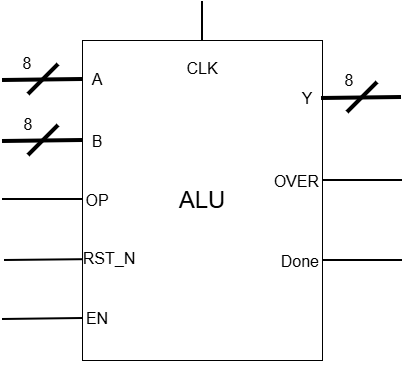
Earlier version of the draw.io export Documentation/Diagrams/alu_black_box_diagram.png (MF-ECE2028/Project-ALU). Source tidied: cells renumbered, new cells last; positions are measured from the earlier drawing's top-left corner, leaving out a move shared by most shapes. The source it was exported from:
```xml
<mxGraphModel>
  <root>
    <mxCell id="0" />
    <mxCell id="1" parent="0" />
    <mxCell id="2" style="rounded=0;whiteSpace=wrap;html=1;" parent="1" vertex="1">
      <mxGeometry x="80" y="39" width="240" height="320" as="geometry" />
    </mxCell>
    <mxCell id="3" style="endArrow=none;html=1;rounded=0;strokeWidth=4;" parent="1" edge="1">
      <mxGeometry relative="1" as="geometry">
        <mxPoint y="79" as="sourcePoint" />
        <mxPoint x="80" y="78" as="targetPoint" />
      </mxGeometry>
    </mxCell>
    <mxCell id="4" style="endArrow=none;html=1;rounded=0;strokeWidth=2;" parent="1" edge="1">
      <mxGeometry relative="1" as="geometry">
        <mxPoint y="198" as="sourcePoint" />
        <mxPoint x="80" y="198" as="targetPoint" />
      </mxGeometry>
    </mxCell>
    <mxCell id="5" style="endArrow=none;html=1;rounded=0;strokeWidth=2;entryX=-0.19;entryY=0.54;entryDx=0;entryDy=0;entryPerimeter=0;" parent="1" edge="1">
      <mxGeometry relative="1" as="geometry">
        <mxPoint x="2" y="259" as="sourcePoint" />
        <mxPoint x="80.3" y="258.2" as="targetPoint" />
      </mxGeometry>
    </mxCell>
    <mxCell id="6" style="endArrow=none;html=1;rounded=0;strokeWidth=2;" parent="1" edge="1">
      <mxGeometry relative="1" as="geometry">
        <mxPoint y="318" as="sourcePoint" />
        <mxPoint x="80" y="317" as="targetPoint" />
      </mxGeometry>
    </mxCell>
    <mxCell id="7" style="edgeStyle=orthogonalEdgeStyle;rounded=0;orthogonalLoop=1;jettySize=auto;html=1;exitX=0.5;exitY=1;exitDx=0;exitDy=0;" parent="1" edge="1" source="2" target="2">
      <mxGeometry relative="1" as="geometry" />
    </mxCell>
    <mxCell id="8" style="endArrow=none;html=1;rounded=0;strokeWidth=4;" parent="1" edge="1">
      <mxGeometry relative="1" as="geometry">
        <mxPoint x="26" y="93" as="sourcePoint" />
        <mxPoint x="56" y="63" as="targetPoint" />
      </mxGeometry>
    </mxCell>
    <mxCell id="9" style="endArrow=none;html=1;rounded=0;strokeWidth=4;" parent="1" edge="1">
      <mxGeometry relative="1" as="geometry">
        <mxPoint y="140" as="sourcePoint" />
        <mxPoint x="80" y="139" as="targetPoint" />
      </mxGeometry>
    </mxCell>
    <mxCell id="10" style="endArrow=none;html=1;rounded=0;strokeWidth=4;" parent="1" edge="1">
      <mxGeometry relative="1" as="geometry">
        <mxPoint x="26" y="154" as="sourcePoint" />
        <mxPoint x="56" y="124" as="targetPoint" />
      </mxGeometry>
    </mxCell>
    <mxCell id="11" value="&lt;font style=&quot;font-size: 16px;&quot;&gt;A&lt;/font&gt;" style="text;html=1;whiteSpace=wrap;strokeColor=none;fillColor=none;align=center;verticalAlign=middle;rounded=0;" parent="1" vertex="1">
      <mxGeometry x="80" y="63" width="30" height="30" as="geometry" />
    </mxCell>
    <mxCell id="12" value="&lt;span style=&quot;font-size: 16px;&quot;&gt;B&lt;/span&gt;" style="text;html=1;whiteSpace=wrap;strokeColor=none;fillColor=none;align=center;verticalAlign=middle;rounded=0;" parent="1" vertex="1">
      <mxGeometry x="80" y="125" width="30" height="30" as="geometry" />
    </mxCell>
    <mxCell id="13" value="&lt;span style=&quot;font-size: 16px;&quot;&gt;OP&lt;/span&gt;" style="text;html=1;whiteSpace=wrap;strokeColor=none;fillColor=none;align=center;verticalAlign=middle;rounded=0;" parent="1" vertex="1">
      <mxGeometry x="80" y="184" width="30" height="30" as="geometry" />
    </mxCell>
    <mxCell id="14" value="&lt;span style=&quot;font-size: 16px;&quot;&gt;RST_N&lt;/span&gt;" style="text;html=1;whiteSpace=wrap;strokeColor=none;fillColor=none;align=center;verticalAlign=middle;rounded=0;" parent="1" vertex="1">
      <mxGeometry x="79" y="242" width="56" height="30" as="geometry" />
    </mxCell>
    <mxCell id="15" value="&lt;span style=&quot;font-size: 16px;&quot;&gt;EN&lt;/span&gt;" style="text;html=1;whiteSpace=wrap;strokeColor=none;fillColor=none;align=center;verticalAlign=middle;rounded=0;" parent="1" vertex="1">
      <mxGeometry x="80" y="302" width="30" height="30" as="geometry" />
    </mxCell>
    <mxCell id="16" value="&lt;font style=&quot;font-size: 24px;&quot;&gt;ALU&lt;/font&gt;" style="text;html=1;whiteSpace=wrap;strokeColor=none;fillColor=none;align=center;verticalAlign=middle;rounded=0;" parent="1" vertex="1">
      <mxGeometry x="170" y="184" width="60" height="30" as="geometry" />
    </mxCell>
    <mxCell id="17" value="&lt;span style=&quot;font-size: 16px;&quot;&gt;CLK&lt;/span&gt;" style="text;html=1;whiteSpace=wrap;strokeColor=none;fillColor=none;align=center;verticalAlign=middle;rounded=0;" parent="1" vertex="1">
      <mxGeometry x="185" y="52" width="30" height="30" as="geometry" />
    </mxCell>
    <mxCell id="18" style="endArrow=none;html=1;rounded=0;strokeWidth=2;" parent="1" edge="1">
      <mxGeometry relative="1" as="geometry">
        <mxPoint x="200" as="sourcePoint" />
        <mxPoint x="200" y="39" as="targetPoint" />
      </mxGeometry>
    </mxCell>
    <mxCell id="19" style="endArrow=none;html=1;rounded=0;strokeWidth=2;" parent="1" edge="1">
      <mxGeometry relative="1" as="geometry">
        <mxPoint x="320" y="179" as="sourcePoint" />
        <mxPoint x="400" y="179" as="targetPoint" />
      </mxGeometry>
    </mxCell>
    <mxCell id="20" style="endArrow=none;html=1;rounded=0;strokeWidth=2;" parent="1" edge="1">
      <mxGeometry relative="1" as="geometry">
        <mxPoint x="320" y="259" as="sourcePoint" />
        <mxPoint x="400" y="259" as="targetPoint" />
      </mxGeometry>
    </mxCell>
    <mxCell id="21" style="endArrow=none;html=1;rounded=0;strokeWidth=4;" parent="1" edge="1">
      <mxGeometry relative="1" as="geometry">
        <mxPoint x="319" y="97" as="sourcePoint" />
        <mxPoint x="399" y="96" as="targetPoint" />
      </mxGeometry>
    </mxCell>
    <mxCell id="22" style="endArrow=none;html=1;rounded=0;strokeWidth=4;" parent="1" edge="1">
      <mxGeometry relative="1" as="geometry">
        <mxPoint x="345" y="111" as="sourcePoint" />
        <mxPoint x="375" y="81" as="targetPoint" />
      </mxGeometry>
    </mxCell>
    <mxCell id="23" value="&lt;font style=&quot;font-size: 16px;&quot;&gt;Y&lt;/font&gt;" style="text;html=1;whiteSpace=wrap;strokeColor=none;fillColor=none;align=center;verticalAlign=middle;rounded=0;" parent="1" vertex="1">
      <mxGeometry x="290" y="82" width="30" height="30" as="geometry" />
    </mxCell>
    <mxCell id="24" value="&lt;span style=&quot;font-size: 16px;&quot;&gt;OVER&lt;/span&gt;" style="text;html=1;whiteSpace=wrap;strokeColor=none;fillColor=none;align=right;verticalAlign=middle;rounded=0;" parent="1" vertex="1">
      <mxGeometry x="279" y="165" width="40" height="30" as="geometry" />
    </mxCell>
    <mxCell id="25" value="&lt;span style=&quot;font-size: 16px;&quot;&gt;Done&lt;/span&gt;" style="text;html=1;whiteSpace=wrap;strokeColor=none;fillColor=none;align=right;verticalAlign=middle;rounded=0;" parent="1" vertex="1">
      <mxGeometry x="289" y="245" width="30" height="30" as="geometry" />
    </mxCell>
    <mxCell id="26" value="&lt;font style=&quot;font-size: 16px;&quot;&gt;8&lt;/font&gt;" style="text;html=1;whiteSpace=wrap;strokeColor=none;fillColor=none;align=center;verticalAlign=middle;rounded=0;" parent="1" vertex="1">
      <mxGeometry x="10" y="47" width="30" height="30" as="geometry" />
    </mxCell>
    <mxCell id="27" value="&lt;font style=&quot;font-size: 16px;&quot;&gt;8&lt;/font&gt;" style="text;html=1;whiteSpace=wrap;strokeColor=none;fillColor=none;align=center;verticalAlign=middle;rounded=0;" parent="1" vertex="1">
      <mxGeometry x="11" y="108" width="30" height="30" as="geometry" />
    </mxCell>
    <mxCell id="28" value="&lt;font style=&quot;font-size: 16px;&quot;&gt;8&lt;/font&gt;" style="text;html=1;whiteSpace=wrap;strokeColor=none;fillColor=none;align=center;verticalAlign=middle;rounded=0;" parent="1" vertex="1">
      <mxGeometry x="332" y="64" width="30" height="30" as="geometry" />
    </mxCell>
  </root>
</mxGraphModel>
```
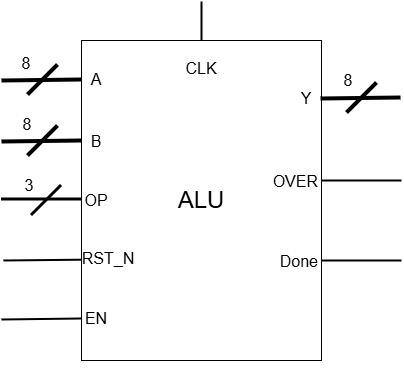
Above is the later version.

Commit message:
fix opcode bus

Change to the diagram source:
```diff
@@ -11,7 +11,7 @@
         <mxPoint x="80" y="78" as="targetPoint" />
       </mxGeometry>
     </mxCell>
-    <mxCell id="4" style="endArrow=none;html=1;rounded=0;strokeWidth=2;" parent="1" edge="1">
+    <mxCell id="4" style="endArrow=none;html=1;rounded=0;strokeWidth=3;fontSize=14;" parent="1" edge="1">
       <mxGeometry relative="1" as="geometry">
         <mxPoint y="198" as="sourcePoint" />
         <mxPoint x="80" y="198" as="targetPoint" />
@@ -119,5 +119,14 @@
     <mxCell id="28" value="&lt;font style=&quot;font-size: 16px;&quot;&gt;8&lt;/font&gt;" style="text;html=1;whiteSpace=wrap;strokeColor=none;fillColor=none;align=center;verticalAlign=middle;rounded=0;" parent="1" vertex="1">
       <mxGeometry x="332" y="64" width="30" height="30" as="geometry" />
     </mxCell>
+    <mxCell id="29" style="endArrow=none;html=1;rounded=0;strokeWidth=3;" parent="1" edge="1">
+      <mxGeometry relative="1" as="geometry">
+        <mxPoint x="30" y="214" as="sourcePoint" />
+        <mxPoint x="60" y="184" as="targetPoint" />
+      </mxGeometry>
+    </mxCell>
+    <mxCell id="30" value="&lt;font style=&quot;font-size: 16px;&quot;&gt;3&lt;/font&gt;" style="text;html=1;whiteSpace=wrap;strokeColor=none;fillColor=none;align=center;verticalAlign=middle;rounded=0;" parent="1" vertex="1">
+      <mxGeometry x="13" y="169" width="30" height="30" as="geometry" />
+    </mxCell>
   </root>
 </mxGraphModel>
```
